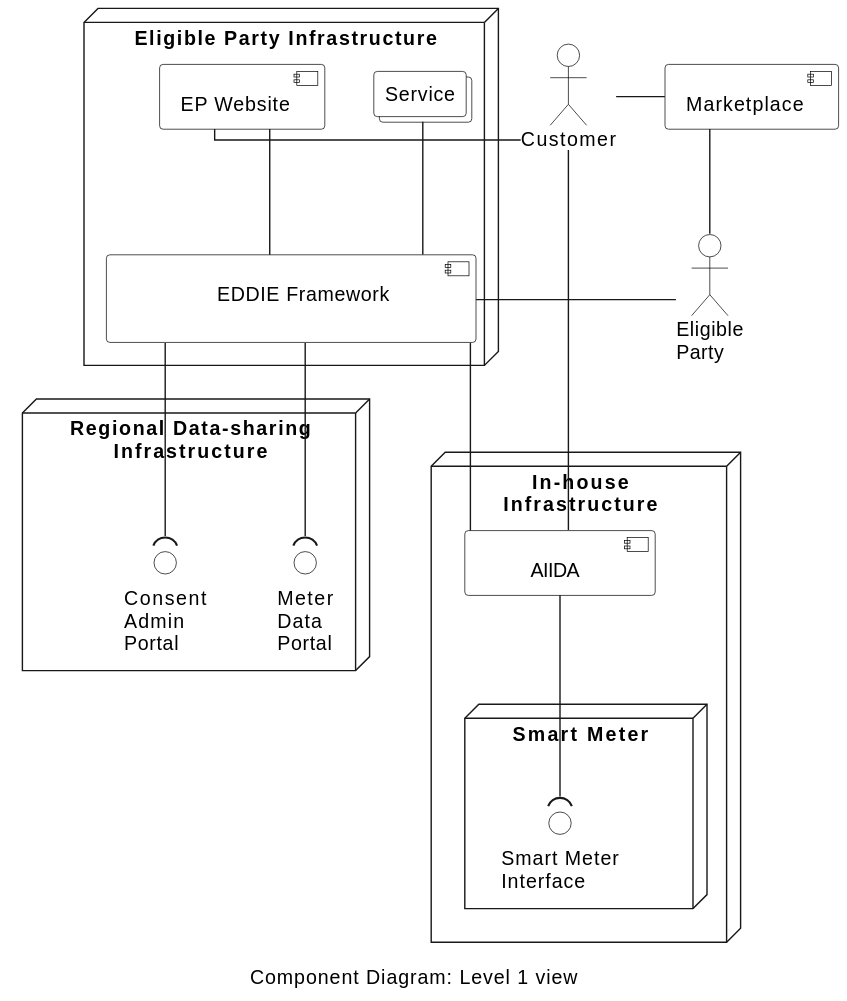
This is arc42/05-building-block-view/figures/component-diagram-level-1.svg from eddie-energy/architecture, a PlantUML export, as it was before one commit.
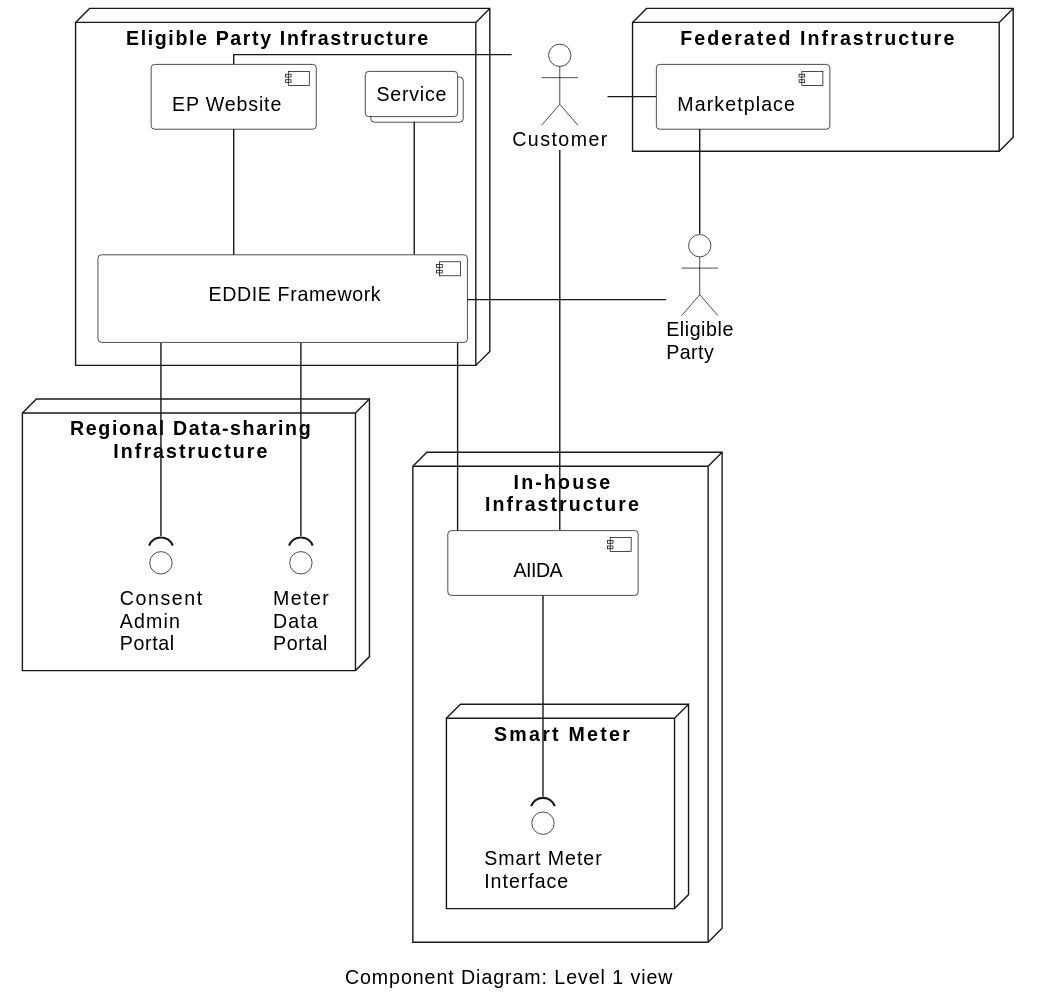
Later version of the same file.

What changed in the source:
```diff
@@ -56,7 +56,12 @@
 actor "Customer" as consumer
 actor "Eligible\nParty" as ep
 
-component "Marketplace" as marketplace
+node "Federated Infrastructure"   as marketplaceNode {
+  component "Marketplace" as marketplace
+}
+
+consumer -right- marketplace
+marketplace -down- ep
 
 ep -left- eddie
 consumer -left- ui
@@ -66,7 +71,4 @@
 eddie -down-( dataPortal
 eddie -down- aiida
 
-consumer -right- marketplace
-marketplace -down- ep
-
 @enduml
```
